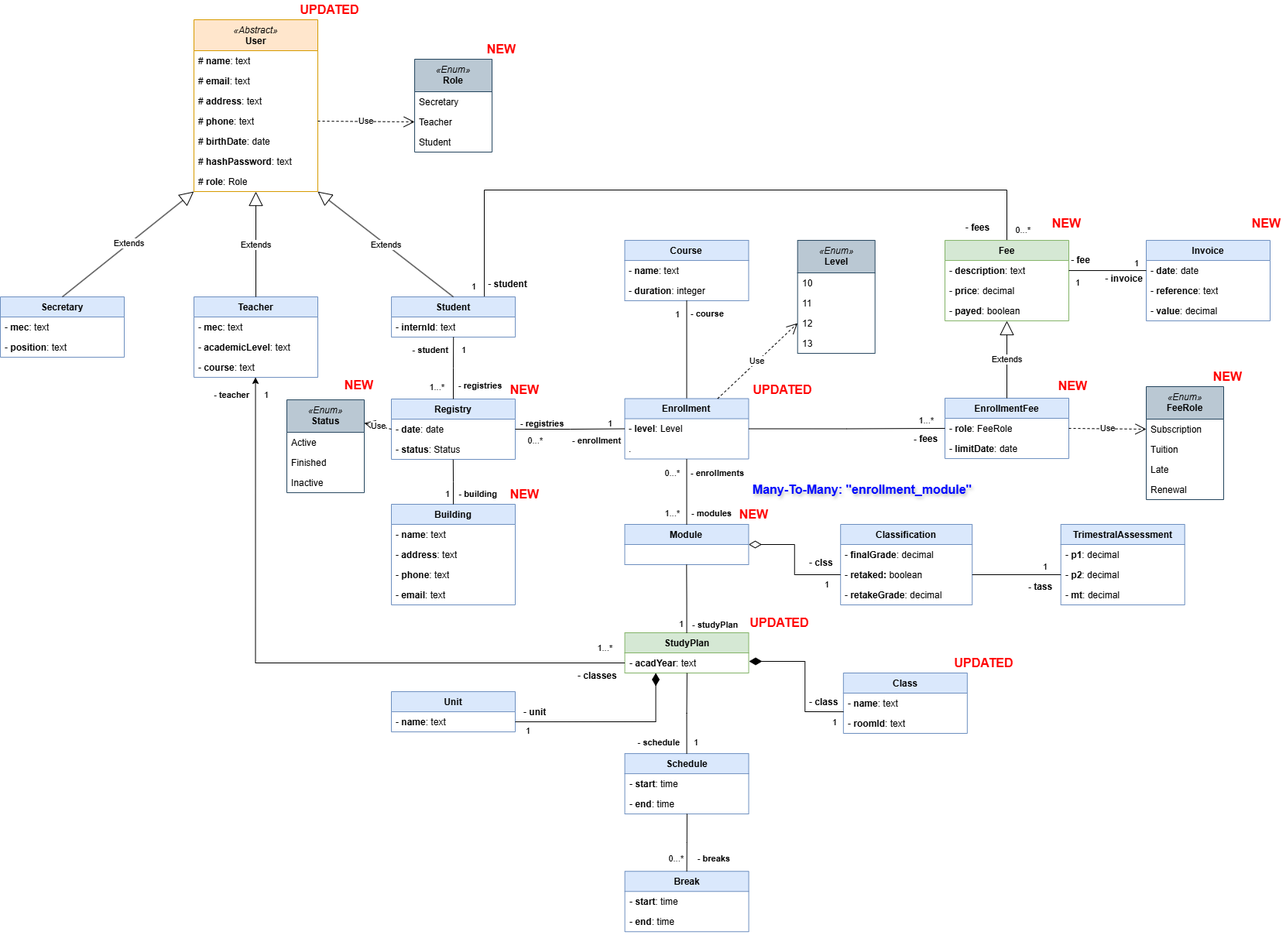
Joaquim-Claudio/Imptel-Online_P.D.S-2024-2025 keeps this draw.io diagram as documentation/data-model.drawio.png. Above is the earlier version. Source tidied: cells renumbered, new cells last; positions are measured from the earlier drawing's top-left corner, leaving out a move shared by most shapes.
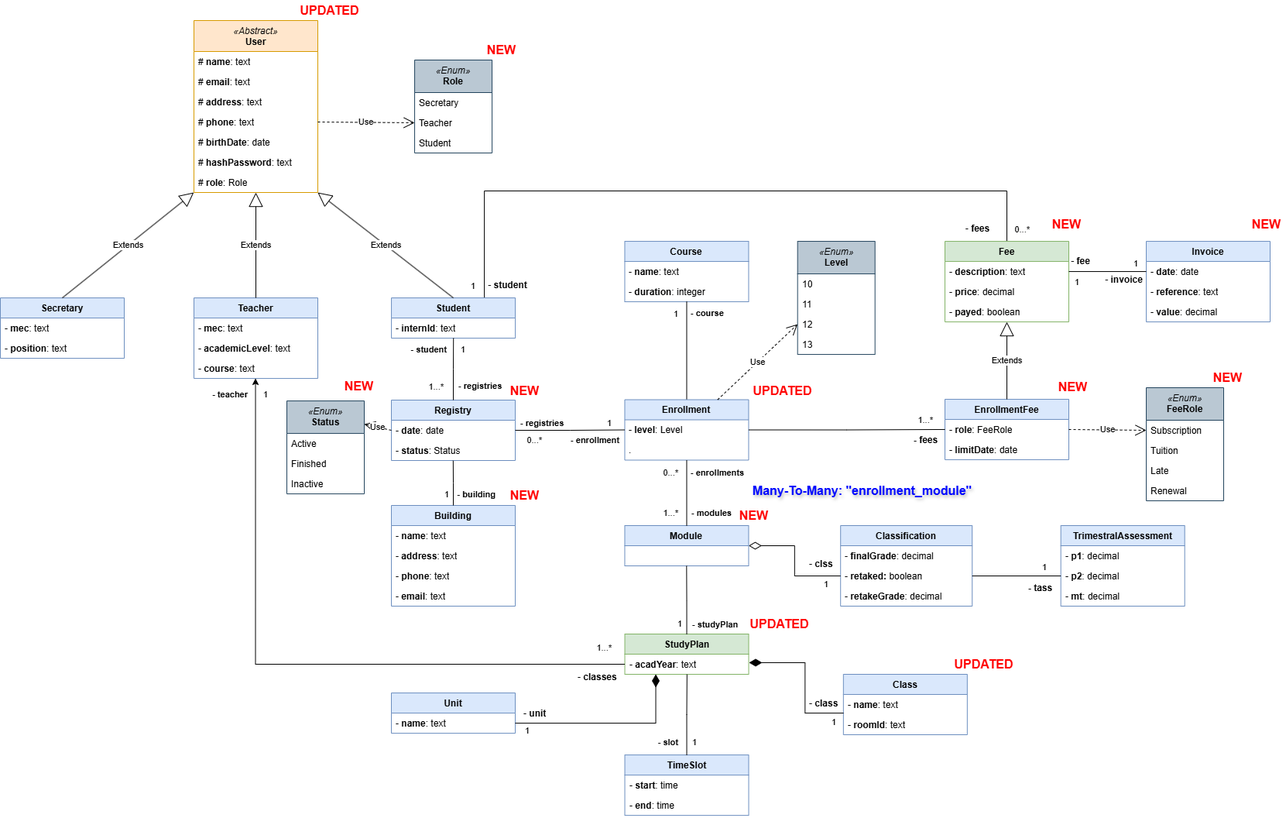
After the change.

What changed in the source:
```diff
@@ -136,7 +136,7 @@
     <mxCell id="44" value="- &lt;b&gt;mt&lt;/b&gt;: decimal" style="text;strokeColor=none;fillColor=none;align=left;verticalAlign=top;spacingLeft=4;spacingRight=4;overflow=hidden;whiteSpace=wrap;html=1;" parent="41" vertex="1">
       <mxGeometry y="78" width="160" height="26" as="geometry" />
     </mxCell>
-    <mxCell id="45" value="Schedule" style="swimlane;fontStyle=1;align=center;verticalAlign=top;horizontal=1;startSize=26;whiteSpace=wrap;html=1;fillColor=#dae8fc;strokeColor=#6c8ebf;" parent="1" vertex="1">
+    <mxCell id="45" value="TimeSlot" style="swimlane;fontStyle=1;align=center;verticalAlign=top;horizontal=1;startSize=26;whiteSpace=wrap;html=1;fillColor=#dae8fc;strokeColor=#6c8ebf;" parent="1" vertex="1">
       <mxGeometry x="806.5" y="974.1" width="160" height="78" as="geometry" />
     </mxCell>
     <mxCell id="46" value="- &lt;b&gt;start&lt;/b&gt;: time" style="text;strokeColor=none;fillColor=none;align=left;verticalAlign=top;spacingLeft=4;spacingRight=4;overflow=hidden;whiteSpace=wrap;html=1;" parent="45" vertex="1">
@@ -186,26 +186,6 @@
     <mxCell id="60" value="1" style="edgeLabel;html=1;align=right;verticalAlign=bottom;" parent="1" vertex="1">
       <mxGeometry x="900.1" y="966" as="geometry" />
     </mxCell>
-    <mxCell id="61" value="Break" style="swimlane;fontStyle=1;align=center;verticalAlign=top;horizontal=1;startSize=26;whiteSpace=wrap;html=1;fillColor=#dae8fc;strokeColor=#6c8ebf;" parent="1" vertex="1">
-      <mxGeometry x="806.6" y="1126.2" width="160" height="78" as="geometry" />
-    </mxCell>
-    <mxCell id="62" value="- &lt;b&gt;start&lt;/b&gt;: time" style="text;strokeColor=none;fillColor=none;align=left;verticalAlign=top;spacingLeft=4;spacingRight=4;overflow=hidden;whiteSpace=wrap;html=1;" parent="61" vertex="1">
-      <mxGeometry y="26" width="160" height="26" as="geometry" />
-    </mxCell>
-    <mxCell id="63" value="- &lt;b&gt;end&lt;/b&gt;: time" style="text;strokeColor=none;fillColor=none;align=left;verticalAlign=top;spacingLeft=4;spacingRight=4;overflow=hidden;whiteSpace=wrap;html=1;" parent="61" vertex="1">
-      <mxGeometry y="52" width="160" height="26" as="geometry" />
-    </mxCell>
-    <mxCell id="64" style="endArrow=none;html=1;edgeStyle=orthogonalEdgeStyle;rounded=0;exitX=0.502;exitY=0.998;exitDx=0;exitDy=0;exitPerimeter=0;entryX=0.5;entryY=0;entryDx=0;entryDy=0;" parent="1" edge="1" source="47" target="61">
-      <mxGeometry relative="1" as="geometry" />
-    </mxCell>
-    <mxCell id="65" value="- &lt;b&gt;breaks&lt;/b&gt;" style="edgeLabel;html=1;align=right;verticalAlign=bottom;" parent="64" vertex="1">
-      <mxGeometry x="1" relative="1" as="geometry">
-        <mxPoint x="55" y="-10" as="offset" />
-      </mxGeometry>
-    </mxCell>
-    <mxCell id="66" value="0...*" style="edgeLabel;html=1;align=right;verticalAlign=bottom;" parent="1" vertex="1">
-      <mxGeometry x="881.5" y="1116.3" as="geometry" />
-    </mxCell>
     <mxCell id="67" value="- &lt;b&gt;unit&lt;/b&gt;" style="text;strokeColor=none;fillColor=none;align=left;verticalAlign=top;spacingLeft=4;spacingRight=4;overflow=hidden;whiteSpace=wrap;html=1;" parent="1" vertex="1">
       <mxGeometry x="669.9" y="907.1" width="50.1" height="26" as="geometry" />
     </mxCell>
@@ -323,7 +303,7 @@
     <mxCell id="101" style="edgeStyle=orthogonalEdgeStyle;rounded=0;jettySize=auto;html=1;exitX=0.5;exitY=0;exitDx=0;exitDy=0;entryX=0.502;entryY=1.005;entryDx=0;entryDy=0;entryPerimeter=0;endArrow=none;endFill=0;" parent="1" edge="1" source="45" target="21">
       <mxGeometry relative="1" as="geometry" />
     </mxCell>
-    <mxCell id="102" value="- &lt;b&gt;schedule&lt;/b&gt;" style="edgeLabel;html=1;align=right;verticalAlign=bottom;" parent="1" vertex="1">
+    <mxCell id="102" value="- &lt;b&gt;slot&lt;/b&gt;" style="edgeLabel;html=1;align=right;verticalAlign=bottom;" parent="1" vertex="1">
       <mxGeometry x="876.5" y="966.1" as="geometry" />
     </mxCell>
     <mxCell id="103" style="edgeStyle=orthogonalEdgeStyle;rounded=0;jettySize=auto;html=1;exitX=1;exitY=0.5;exitDx=0;exitDy=0;entryX=0;entryY=0.5;entryDx=0;entryDy=0;endArrow=none;endFill=0;" parent="1" edge="1" source="39" target="43">
```
